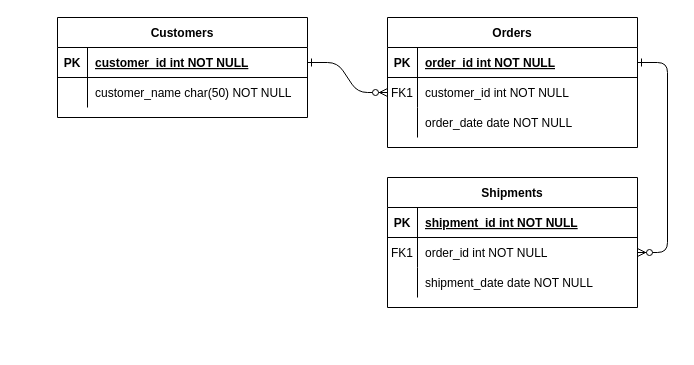
The draw.io diagram Untitled Diagram.drawio in shaundbs/databases-coursework, before the edit. Source tidied: cells renumbered, new cells numbered last; positions are measured from the earlier drawing's top-left corner, leaving out a move shared by most shapes. Both pictures are drawn from the tidied source at 100%, with x=0, y=0 at pixel (57, 17).
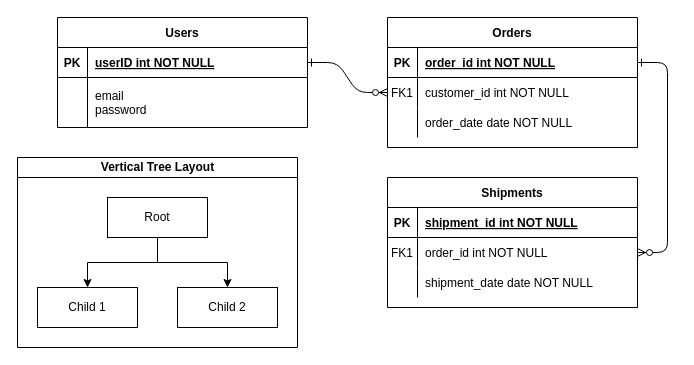
The same diagram, later.

The change refers to these unchanged cells:
```xml
<mxCell id="25" style="shape=partialRectangle;fillColor=none;points=[[0,0.5],[1,0.5]];portConstraint=eastwest;top=0;left=0;right=0;bottom=1;" parent="24" vertex="1">
  <mxGeometry y="30" width="250" height="30" as="geometry" />
</mxCell>
```

Change to the diagram source:
```diff
@@
-    <mxCell id="24" value="Customers" style="shape=table;startSize=30;childLayout=tableLayout;rowLines=0;fontStyle=1;align=center;" parent="1" vertex="1">
-      <mxGeometry width="250" height="100" as="geometry" />
+    <mxCell id="24" value="Users" style="shape=table;startSize=30;childLayout=tableLayout;rowLines=0;fontStyle=1;align=center;" parent="1" vertex="1">
+      <mxGeometry width="250" height="110" as="geometry" />
     </mxCell>
@@
-    <mxCell id="27" value="customer_id int NOT NULL " style="shape=partialRectangle;overflow=hidden;fillColor=none;top=0;left=0;bottom=0;right=0;align=left;spacingLeft=6;fontStyle=5;" parent="25" vertex="1">
+    <mxCell id="27" value="userID int NOT NULL " style="shape=partialRectangle;overflow=hidden;fillColor=none;top=0;left=0;bottom=0;right=0;align=left;spacingLeft=6;fontStyle=5;" parent="25" vertex="1">
       <mxGeometry x="30" width="220" height="30" as="geometry" />
     </mxCell>
     <mxCell id="28" style="shape=partialRectangle;fillColor=none;top=0;left=0;right=0;bottom=0;" parent="24" vertex="1">
-      <mxGeometry y="60" width="250" height="30" as="geometry" />
+      <mxGeometry y="60" width="250" height="50" as="geometry" />
     </mxCell>
     <mxCell id="29" style="shape=partialRectangle;overflow=hidden;fillColor=none;top=0;left=0;bottom=0;right=0;" parent="28" vertex="1">
-      <mxGeometry width="30" height="30" as="geometry" />
+      <mxGeometry width="30" height="50" as="geometry" />
     </mxCell>
-    <mxCell id="30" value="customer_name char(50) NOT NULL" style="shape=partialRectangle;overflow=hidden;fillColor=none;top=0;left=0;bottom=0;right=0;align=left;spacingLeft=6;" parent="28" vertex="1">
-      <mxGeometry x="30" width="220" height="30" as="geometry" />
+    <mxCell id="30" value="email&#10;password" style="shape=partialRectangle;overflow=hidden;fillColor=none;top=0;left=0;bottom=0;right=0;align=left;spacingLeft=6;" parent="28" vertex="1">
+      <mxGeometry x="30" width="220" height="50" as="geometry" />
     </mxCell>
+    <mxCell id="31" value="Vertical Tree Layout" style="swimlane;html=1;startSize=20;horizontal=1;horizontalTree=0;containerType=tree;" parent="1" vertex="1">
+      <mxGeometry x="-40" y="140" width="280" height="190" as="geometry" />
+    </mxCell>
+    <mxCell id="32" value="Root" style="whiteSpace=wrap;html=1;" parent="31" vertex="1">
+      <mxGeometry x="90" y="40" width="100" height="40" as="geometry" />
+    </mxCell>
+    <mxCell id="33" value="Child 1" style="whiteSpace=wrap;html=1;" parent="31" vertex="1">
+      <mxGeometry x="20" y="130" width="100" height="40" as="geometry" />
+    </mxCell>
+    <mxCell id="34" style="edgeStyle=elbowEdgeStyle;elbow=vertical;html=1;rounded=0;" parent="31" edge="1" source="32" target="33">
+      <mxGeometry relative="1" as="geometry" />
+    </mxCell>
+    <mxCell id="35" value="Child 2" style="whiteSpace=wrap;html=1;" parent="31" vertex="1">
+      <mxGeometry x="160" y="130" width="100" height="40" as="geometry" />
+    </mxCell>
+    <mxCell id="36" style="edgeStyle=elbowEdgeStyle;elbow=vertical;html=1;rounded=0;" parent="31" edge="1" source="32" target="35">
+      <mxGeometry relative="1" as="geometry" />
+    </mxCell>
```
